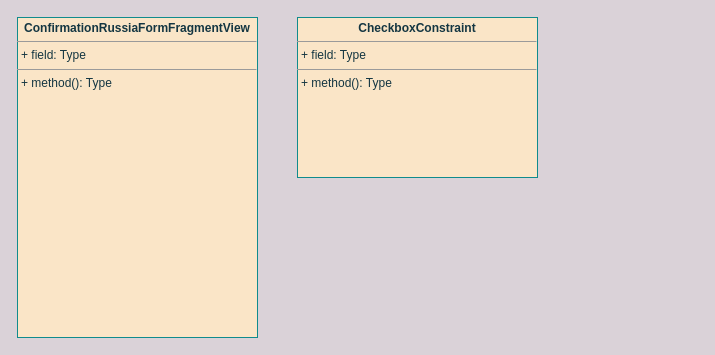
The draw.io diagram UNI-16762.drawio in ShiryaevNikolay/diagrams, before the edit. Source tidied: cells renumbered, new cells numbered last; positions are measured from the earlier drawing's top-left corner, leaving out a move shared by most shapes. Both pictures are drawn from the tidied source at 100%, with x=0, y=0 at pixel (17, 17).
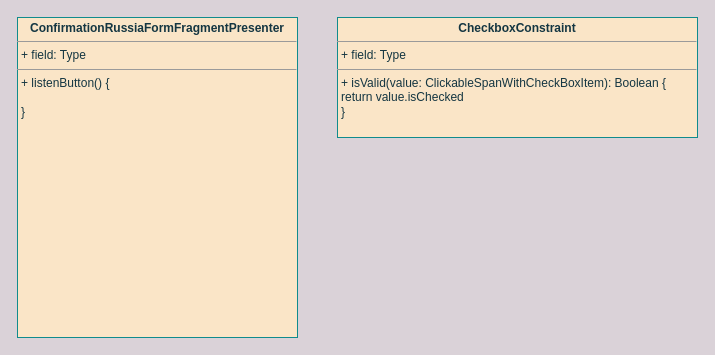
The same page after the edit.

Diff of the diagram source:
```diff
@@
 <mxGraphModel background="#DAD2D8">
   <root>
     <mxCell id="0" />
     <mxCell id="1" parent="0" />
-    <mxCell id="2" value="&lt;p style=&quot;margin:0px;margin-top:4px;text-align:center;&quot;&gt;&lt;b&gt;ConfirmationRussiaFormFragmentView&lt;/b&gt;&lt;/p&gt;&lt;hr size=&quot;1&quot;&gt;&lt;p style=&quot;margin:0px;margin-left:4px;&quot;&gt;+ field: Type&lt;/p&gt;&lt;hr size=&quot;1&quot;&gt;&lt;p style=&quot;margin:0px;margin-left:4px;&quot;&gt;+ method(): Type&lt;/p&gt;" style="verticalAlign=top;align=left;overflow=fill;fontSize=12;fontFamily=Helvetica;html=1;rounded=0;sketch=0;fontColor=#143642;strokeColor=#0F8B8D;fillColor=#FAE5C7;" parent="1" vertex="1">
-      <mxGeometry width="240" height="320" as="geometry" />
+    <mxCell id="2" value="&lt;p style=&quot;margin:0px;margin-top:4px;text-align:center;&quot;&gt;&lt;b&gt;ConfirmationRussiaFormFragmentPresenter&lt;/b&gt;&lt;/p&gt;&lt;hr size=&quot;1&quot;&gt;&lt;p style=&quot;margin:0px;margin-left:4px;&quot;&gt;+ field: Type&lt;/p&gt;&lt;hr size=&quot;1&quot;&gt;&lt;p style=&quot;margin:0px;margin-left:4px;&quot;&gt;+ listenButton() {&lt;/p&gt;&lt;p style=&quot;margin:0px;margin-left:4px;&quot;&gt;&lt;br&gt;&lt;/p&gt;&lt;p style=&quot;margin:0px;margin-left:4px;&quot;&gt;}&lt;br&gt;&lt;/p&gt;" style="verticalAlign=top;align=left;overflow=fill;fontSize=12;fontFamily=Helvetica;html=1;rounded=0;sketch=0;fontColor=#143642;strokeColor=#0F8B8D;fillColor=#FAE5C7;" parent="1" vertex="1">
+      <mxGeometry width="280" height="320" as="geometry" />
     </mxCell>
-    <mxCell id="3" value="&lt;p style=&quot;margin:0px;margin-top:4px;text-align:center;&quot;&gt;&lt;b&gt;CheckboxConstraint&lt;/b&gt;&lt;br&gt;&lt;/p&gt;&lt;hr size=&quot;1&quot;&gt;&lt;p style=&quot;margin:0px;margin-left:4px;&quot;&gt;+ field: Type&lt;/p&gt;&lt;hr size=&quot;1&quot;&gt;&lt;p style=&quot;margin:0px;margin-left:4px;&quot;&gt;+ method(): Type&lt;/p&gt;" style="verticalAlign=top;align=left;overflow=fill;fontSize=12;fontFamily=Helvetica;html=1;rounded=0;sketch=0;fontColor=#143642;strokeColor=#0F8B8D;fillColor=#FAE5C7;" parent="1" vertex="1">
-      <mxGeometry x="280" width="240" height="160" as="geometry" />
+    <mxCell id="3" value="&lt;p style=&quot;margin:0px;margin-top:4px;text-align:center;&quot;&gt;&lt;b&gt;CheckboxConstraint&lt;/b&gt;&lt;br&gt;&lt;/p&gt;&lt;hr size=&quot;1&quot;&gt;&lt;p style=&quot;margin:0px;margin-left:4px;&quot;&gt;+ field: Type&lt;/p&gt;&lt;hr size=&quot;1&quot;&gt;&lt;p style=&quot;margin:0px;margin-left:4px;&quot;&gt;+ isValid(value: ClickableSpanWithCheckBoxItem): Boolean {&lt;/p&gt;&lt;p style=&quot;margin:0px;margin-left:4px;&quot;&gt;return value.isChecked&lt;br&gt;&lt;/p&gt;&lt;p style=&quot;margin:0px;margin-left:4px;&quot;&gt;}&lt;br&gt;&lt;/p&gt;" style="verticalAlign=top;align=left;overflow=fill;fontSize=12;fontFamily=Helvetica;html=1;rounded=0;sketch=0;fontColor=#143642;strokeColor=#0F8B8D;fillColor=#FAE5C7;" parent="1" vertex="1">
+      <mxGeometry x="320" width="360" height="120" as="geometry" />
     </mxCell>
   </root>
 </mxGraphModel>
```
